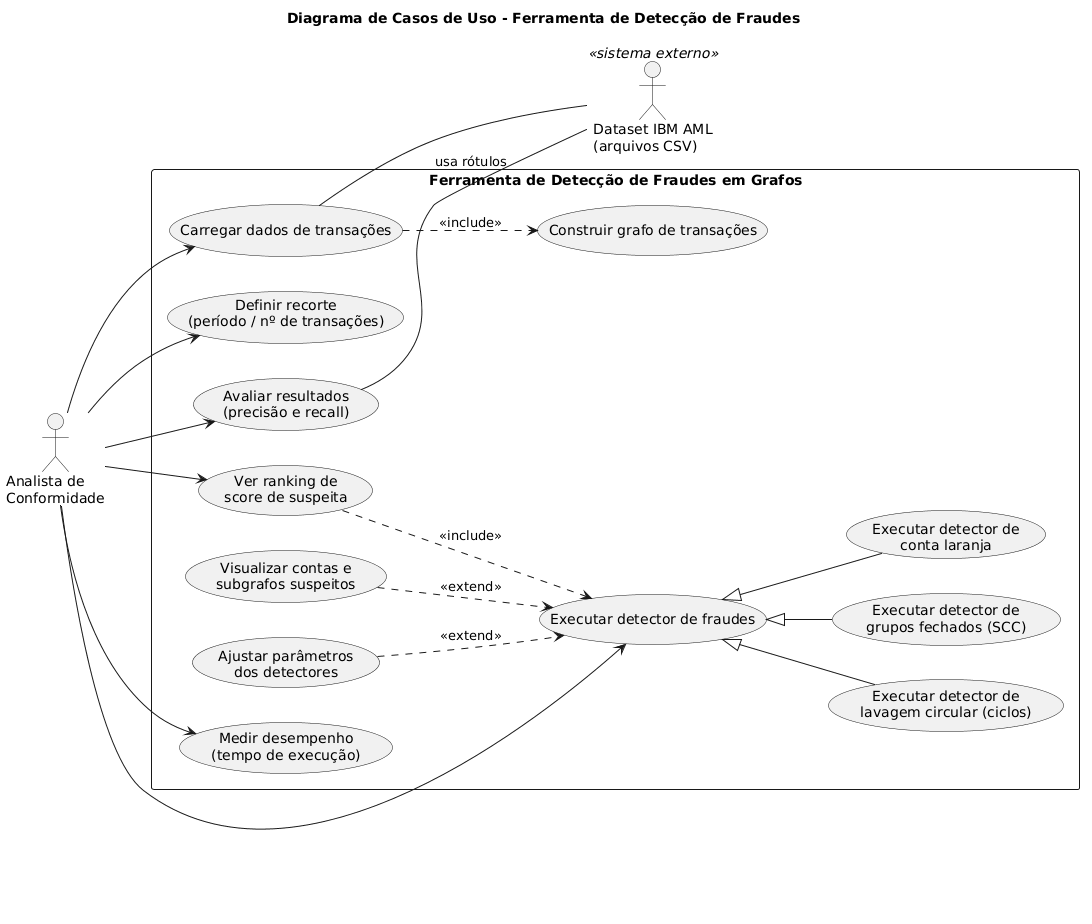
This is artefatos/02_casos_de_uso.png from MatheusRuas77/Trabalho-Pratico-Grafos, a PlantUML export, as it was before one commit. Its diagram source:
```plantuml
@startuml
title Diagrama de Casos de Uso - Ferramenta de Detecção de Fraudes
left to right direction
skinparam shadowing false
skinparam packageStyle rectangle

actor "Analista de\nConformidade" as Analista
actor "Dataset IBM AML\n(arquivos CSV)" as Dataset <<sistema externo>>

rectangle "Ferramenta de Detecção de Fraudes em Grafos" {
  usecase "Carregar dados de transações" as UC1
  usecase "Definir recorte\n(período / nº de transações)" as UC2
  usecase "Construir grafo de transações" as UC3

  usecase "Executar detector de fraudes" as UC_Base
  usecase "Executar detector de\nlavagem circular (ciclos)" as UC4
  usecase "Executar detector de\ngrupos fechados (SCC)" as UC5
  usecase "Executar detector de\nconta laranja" as UC6

  usecase "Ajustar parâmetros\ndos detectores" as UC7
  usecase "Visualizar contas e\nsubgrafos suspeitos" as UC8
  usecase "Ver ranking de\nscore de suspeita" as UC9
  usecase "Avaliar resultados\n(precisão e recall)" as UC10
  usecase "Medir desempenho\n(tempo de execução)" as UC11
}

Analista --> UC1
Analista --> UC2
Analista --> UC_Base
Analista --> UC9
Analista --> UC10
Analista --> UC11

UC_Base <|-- UC4
UC_Base <|-- UC5
UC_Base <|-- UC6

UC1 ..> UC3 : <<include>>
UC9 ..> UC_Base : <<include>>

UC7 ..> UC_Base : <<extend>>
UC8 ..> UC_Base : <<extend>>

UC1 -- Dataset
UC10 -- Dataset : usa rótulos
@enduml
```
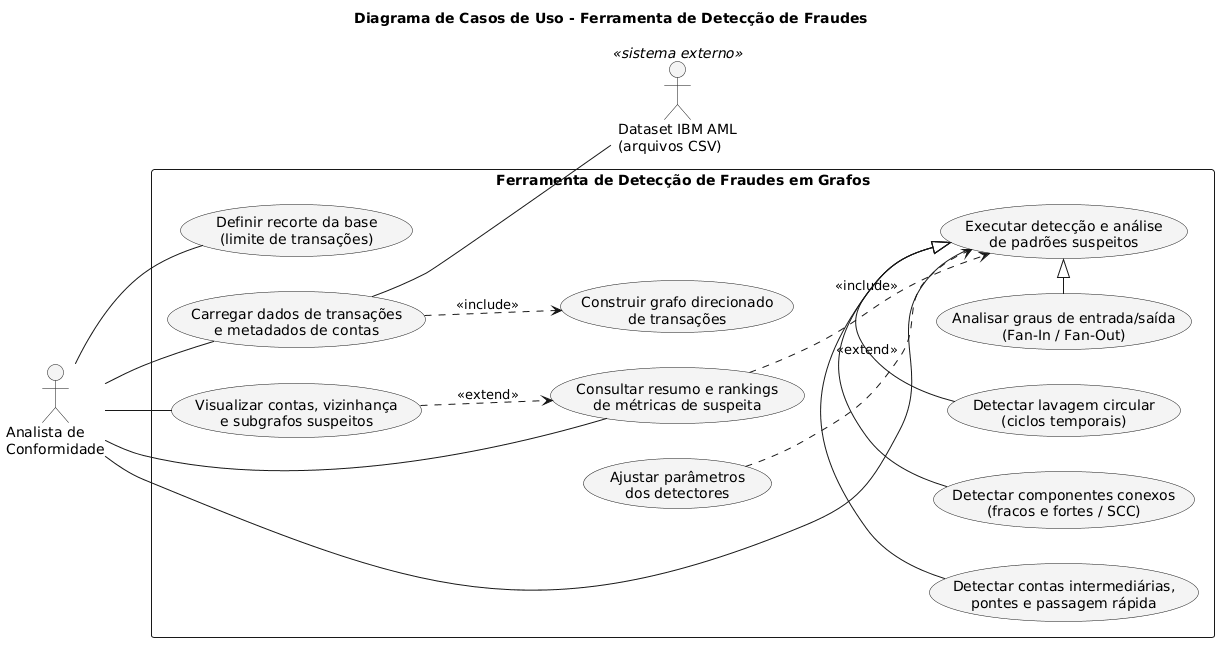
Above is the later version.

Commit message:
Ajuste Diagrama de caso de uso

The edit, as a diff of the source:
```diff
@@ -3,44 +3,42 @@
 left to right direction
 skinparam shadowing false
 skinparam packageStyle rectangle
+skinparam usecaseBackgroundColor #F4F4F4
 
 actor "Analista de\nConformidade" as Analista
 actor "Dataset IBM AML\n(arquivos CSV)" as Dataset <<sistema externo>>
 
 rectangle "Ferramenta de Detecção de Fraudes em Grafos" {
-  usecase "Carregar dados de transações" as UC1
-  usecase "Definir recorte\n(período / nº de transações)" as UC2
-  usecase "Construir grafo de transações" as UC3
+  usecase "Carregar dados de transações\ne metadados de contas" as UC_Carregar
+  usecase "Construir grafo direcionado\nde transações" as UC_Grafo
+  usecase "Definir recorte da base\n(limite de transações)" as UC_Recorte
 
-  usecase "Executar detector de fraudes" as UC_Base
-  usecase "Executar detector de\nlavagem circular (ciclos)" as UC4
-  usecase "Executar detector de\ngrupos fechados (SCC)" as UC5
-  usecase "Executar detector de\nconta laranja" as UC6
+  usecase "Executar detecção e análise\nde padrões suspeitos" as UC_Executar
+  usecase "Detectar contas intermediárias,\npontes e passagem rápida" as UC_Laranja
+  usecase "Detectar componentes conexos\n(fracos e fortes / SCC)" as UC_SCC
+  usecase "Detectar lavagem circular\n(ciclos temporais)" as UC_Ciclos
+  usecase "Analisar graus de entrada/saída\n(Fan-In / Fan-Out)" as UC_Graus
 
-  usecase "Ajustar parâmetros\ndos detectores" as UC7
-  usecase "Visualizar contas e\nsubgrafos suspeitos" as UC8
-  usecase "Ver ranking de\nscore de suspeita" as UC9
-  usecase "Avaliar resultados\n(precisão e recall)" as UC10
-  usecase "Medir desempenho\n(tempo de execução)" as UC11
+  usecase "Ajustar parâmetros\ndos detectores" as UC_Params
+  usecase "Consultar resumo e rankings\nde métricas de suspeita" as UC_Rankings
+  usecase "Visualizar contas, vizinhança\ne subgrafos suspeitos" as UC_Visualizar
 }
 
-Analista --> UC1
-Analista --> UC2
-Analista --> UC_Base
-Analista --> UC9
-Analista --> UC10
-Analista --> UC11
+Analista -- UC_Carregar
+Analista -- UC_Recorte
+Analista -- UC_Executar
+Analista -- UC_Rankings
+Analista -- UC_Visualizar
 
-UC_Base <|-- UC4
-UC_Base <|-- UC5
-UC_Base <|-- UC6
+UC_Carregar -- Dataset
 
-UC1 ..> UC3 : <<include>>
-UC9 ..> UC_Base : <<include>>
+UC_Carregar ..> UC_Grafo : <<include>>
+UC_Rankings ..> UC_Executar : <<include>>
+UC_Params ..> UC_Executar : <<extend>>
+UC_Visualizar ..> UC_Rankings : <<extend>>
 
-UC7 ..> UC_Base : <<extend>>
-UC8 ..> UC_Base : <<extend>>
-
-UC1 -- Dataset
-UC10 -- Dataset : usa rótulos
+UC_Laranja -|> UC_Executar
+UC_SCC -|> UC_Executar
+UC_Ciclos -|> UC_Executar
+UC_Graus -|> UC_Executar
 @enduml
```
